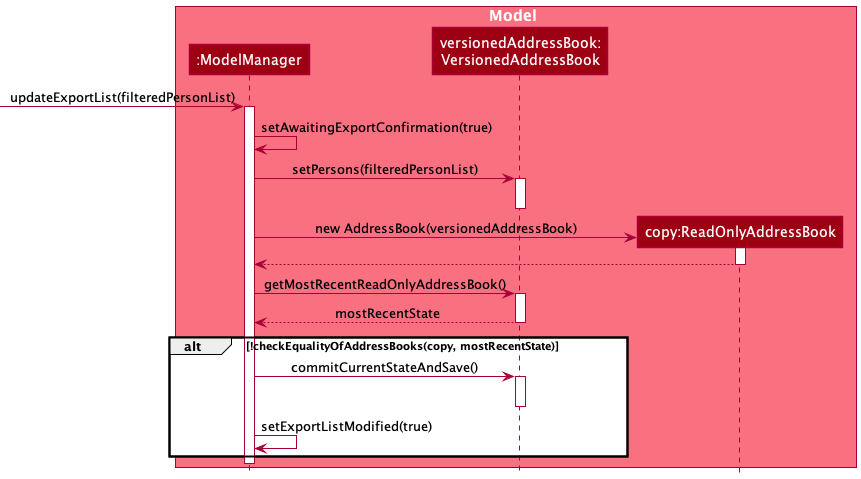
Earlier version of the PlantUML export docs/images/ModelUpdateExportListSequenceDiagram.png (vigneshsankariyer1234567890/tp).
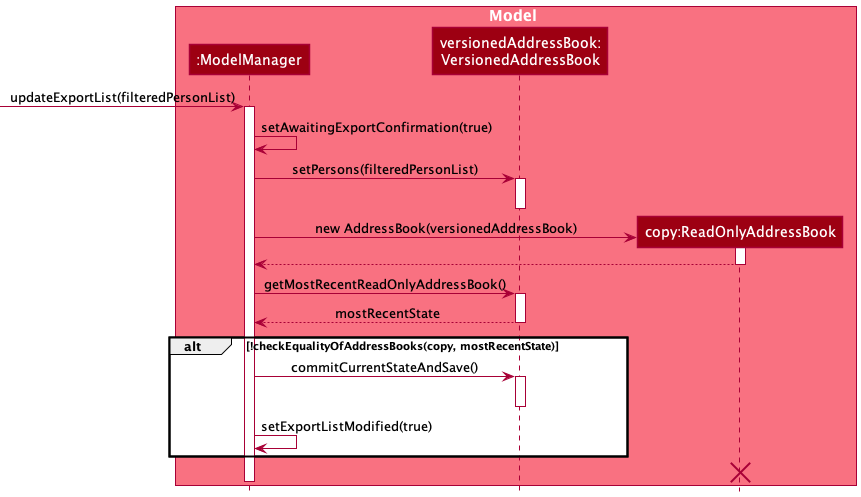
After the change.

Commit message:
Add getExportAddressBook Sequence Diagram

The edit, as a diff of the source:
```diff
@@ -35,6 +35,8 @@
     Model -> Model: setExportListModified(true)
 end
 
+destroy AddressBook
+
 deactivate Model
 
 @enduml
```
